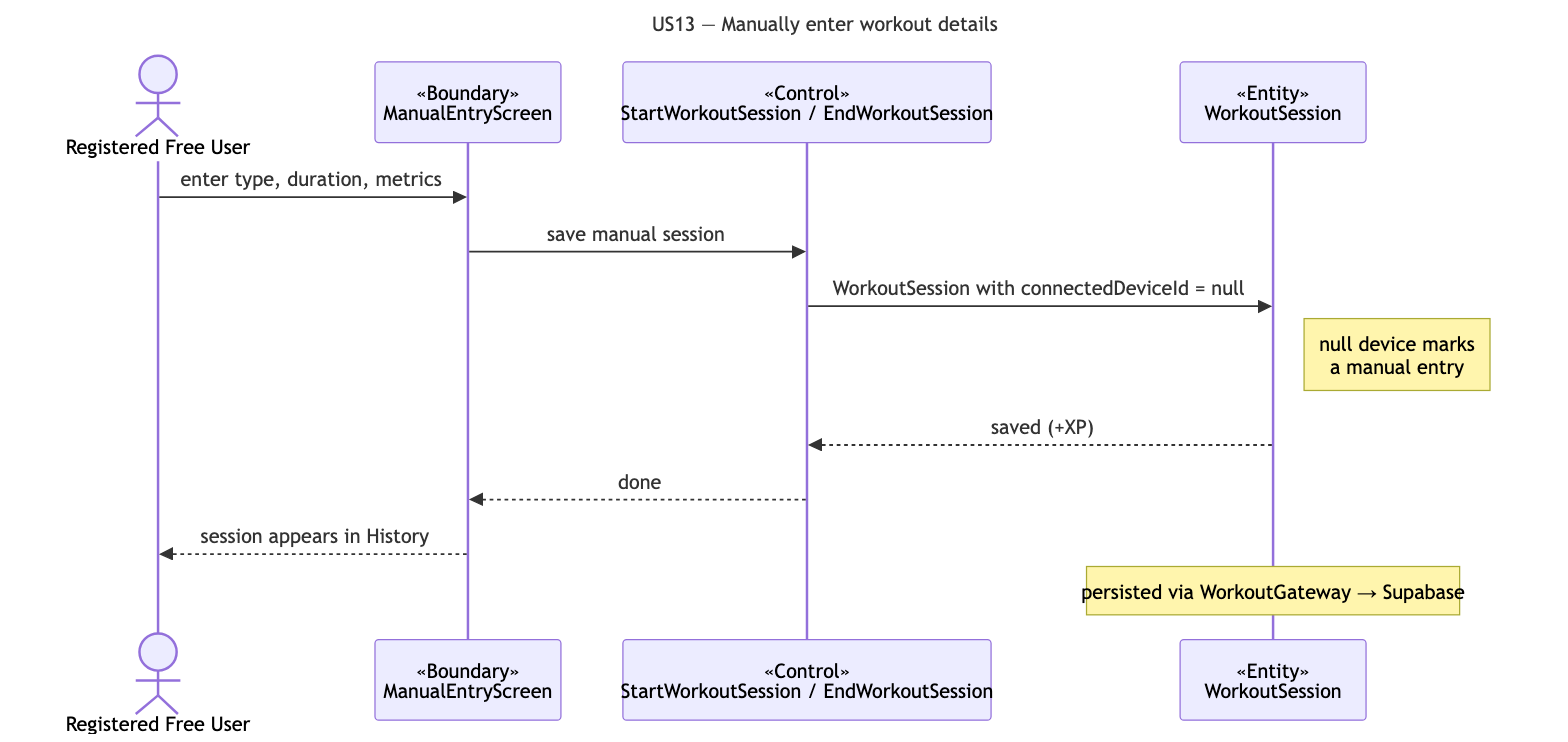
cyuanjun/FYP-26-S2-37-app keeps this Mermaid diagram as docs/deliverables/sequence-diagrams/US13-manual-entry.png. Above is the earlier version. Its source is kept beside it as docs/deliverables/sequence-diagrams/src/US13-manual-entry.mmd.
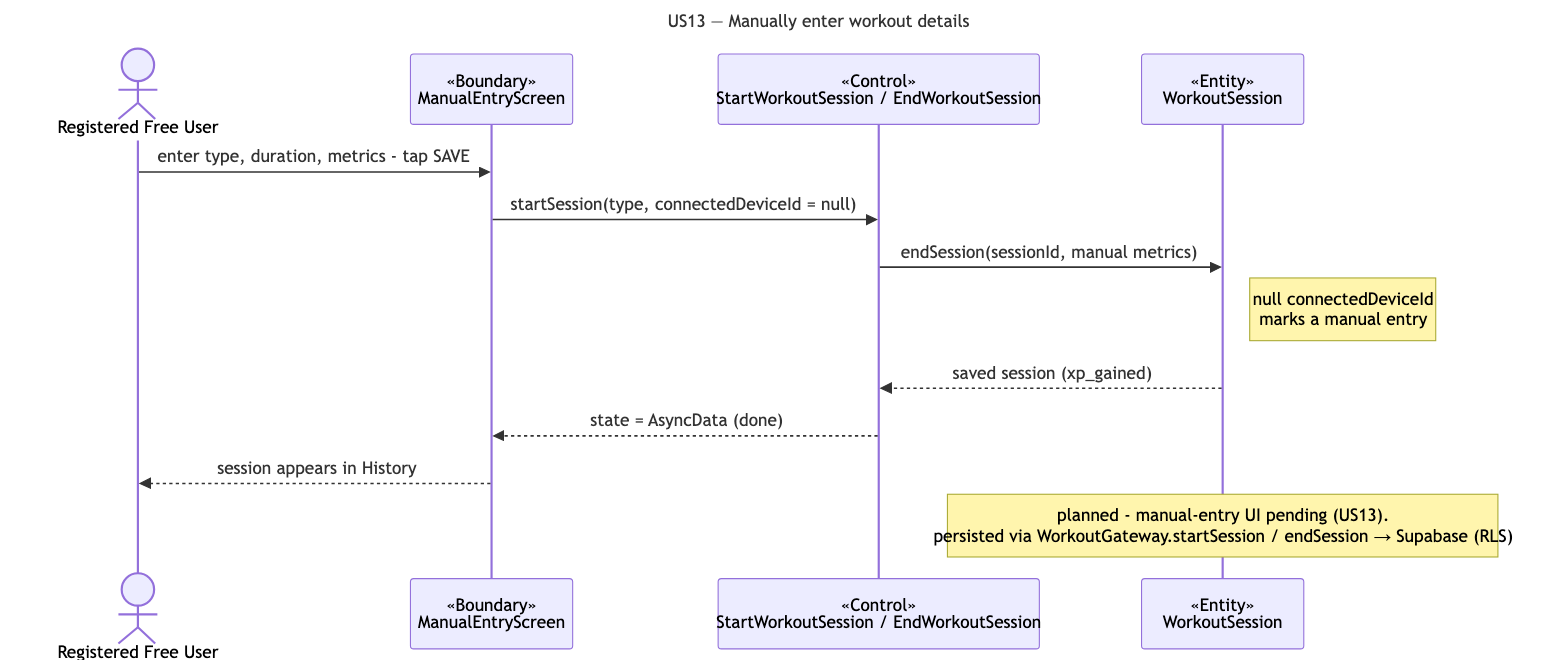
The same file after the commit.

The edit, as a diff of the source:
```diff
@@ -6,11 +6,11 @@
   participant B as «Boundary»<br/>ManualEntryScreen
   participant C as «Control»<br/>StartWorkoutSession / EndWorkoutSession
   participant E as «Entity»<br/>WorkoutSession
-  A->>B: enter type, duration, metrics
-  B->>C: save manual session
-  C->>E: WorkoutSession with connectedDeviceId = null
-  note right of E: null device marks<br/>a manual entry
-  E-->>C: saved (+XP)
-  C-->>B: done
+  A->>B: enter type, duration, metrics - tap SAVE
+  B->>C: startSession(type, connectedDeviceId = null)
+  C->>E: endSession(sessionId, manual metrics)
+  note right of E: null connectedDeviceId<br/>marks a manual entry
+  E-->>C: saved session (xp_gained)
+  C-->>B: state = AsyncData (done)
   B-->>A: session appears in History
-  note over E: persisted via WorkoutGateway → Supabase
+  note over E: planned - manual-entry UI pending (US13).<br/>persisted via WorkoutGateway.startSession / endSession → Supabase (RLS)
```
